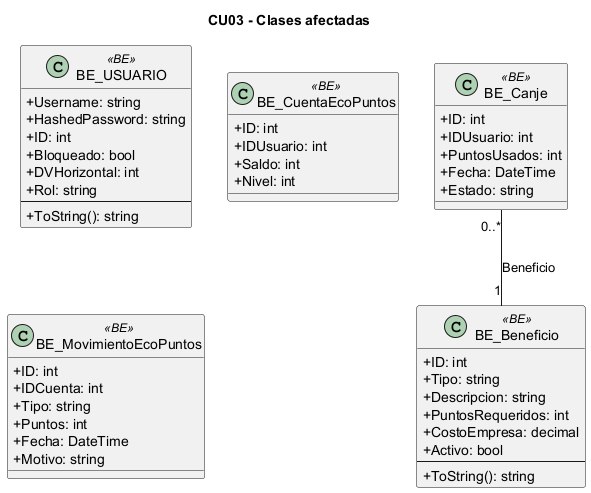
Before: docs/diagramas/uml_png/cu__CU03_clases.png, a diagram exported from PlantUML (L-Muniz/uai-diploma_2026).
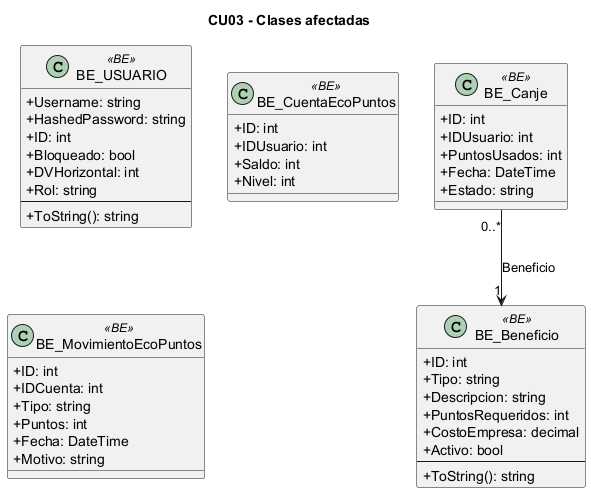
The same diagram one commit later.

The edit, as a diff of the source:
```diff
@@ -42,5 +42,5 @@
   --
   +ToString(): string
 }
-BE_Canje "0..*" -- "1" BE_Beneficio : Beneficio
+BE_Canje "0..*" --> "1" BE_Beneficio : Beneficio
 @enduml
```
